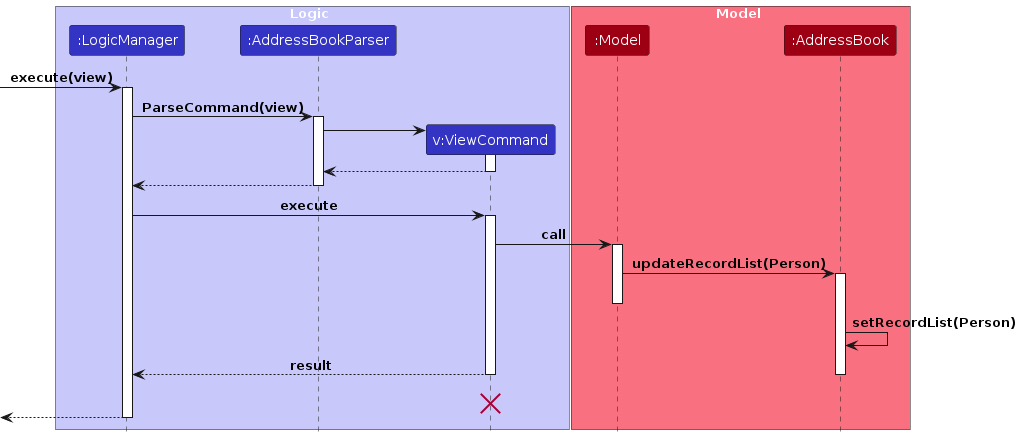
Above: diagrams/ViewSequenceDiagram.png in ryanongwx/tp (PlantUML), before the change. Its source is kept beside it as diagrams/ViewSequenceDiagram.puml. Its diagram source:
```plantuml
@startuml
!include style.puml

box Logic LOGIC_COLOR_T1
participant ":LogicManager" as LogicManager LOGIC_COLOR
participant ":AddressBookParser" as AddressBookParser LOGIC_COLOR
participant "v:ViewCommand" as ViewCommand LOGIC_COLOR
end box

box Model MODEL_COLOR_T1
participant ":Model" as Model MODEL_COLOR
participant ":AddressBook" as AddressBook MODEL_COLOR
end box

[-> LogicManager : execute(view)
activate LogicManager

LogicManager -> AddressBookParser : ParseCommand(view)
activate AddressBookParser

create ViewCommand
AddressBookParser -> ViewCommand
activate ViewCommand

ViewCommand --> AddressBookParser
deactivate ViewCommand

AddressBookParser --> LogicManager
deactivate AddressBookParser

LogicManager -> ViewCommand : execute
activate ViewCommand

ViewCommand -> Model : call
activate Model

Model -> AddressBook : updateRecordList(Person)
activate AddressBook
deactivate Model

AddressBook -> AddressBook : setRecordList(Person)


ViewCommand --> LogicManager : result
deactivate AddressBook
deactivate ViewCommand
ViewCommand -[hidden]-> LogicManager : result
destroy ViewCommand

[<-- LogicManager
deactivate LogicManager

@enduml
```
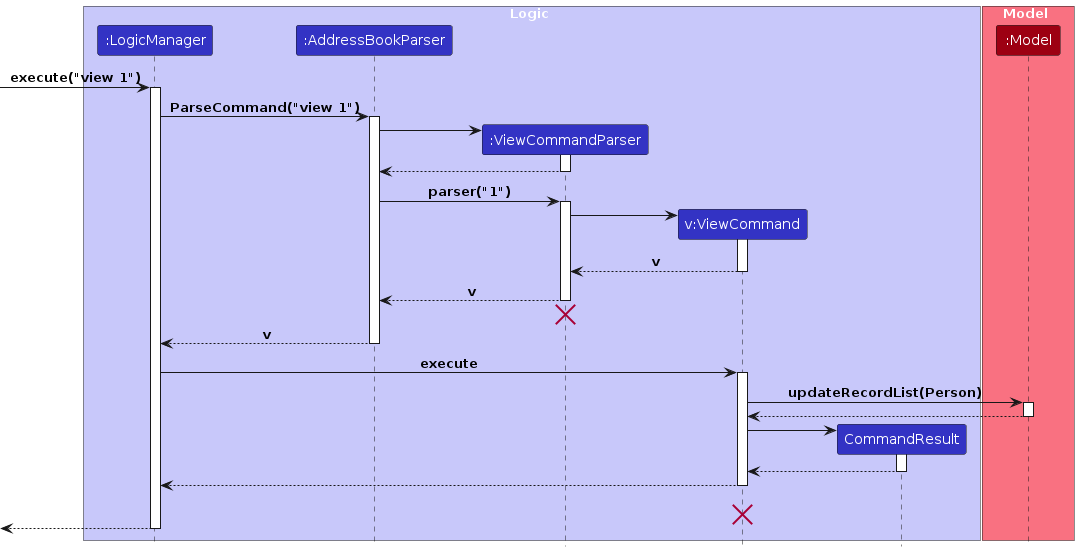
Later version of the same file.

The edit, as a diff of the source:
```diff
@@ -4,45 +4,64 @@
 box Logic LOGIC_COLOR_T1
 participant ":LogicManager" as LogicManager LOGIC_COLOR
 participant ":AddressBookParser" as AddressBookParser LOGIC_COLOR
+participant ":ViewCommandParser" as ViewCommandParser LOGIC_COLOR
 participant "v:ViewCommand" as ViewCommand LOGIC_COLOR
+participant "CommandResult" as CommandResult LOGIC_COLOR
 end box
 
 box Model MODEL_COLOR_T1
 participant ":Model" as Model MODEL_COLOR
-participant ":AddressBook" as AddressBook MODEL_COLOR
 end box
 
-[-> LogicManager : execute(view)
+[-> LogicManager : execute("view 1")
 activate LogicManager
 
-LogicManager -> AddressBookParser : ParseCommand(view)
+LogicManager -> AddressBookParser : ParseCommand("view 1")
 activate AddressBookParser
 
-create ViewCommand
-AddressBookParser -> ViewCommand
+create ViewCommandParser
+AddressBookParser -> ViewCommandParser
+activate ViewCommandParser
+
+ViewCommandParser --> AddressBookParser
+deactivate ViewCommandParser
+
+AddressBookParser -> ViewCommandParser : parser("1")
+activate ViewCommandParser
+
+Create ViewCommand
+ViewCommandParser -> ViewCommand
 activate ViewCommand
 
-ViewCommand --> AddressBookParser
+ViewCommand --> ViewCommandParser : v
 deactivate ViewCommand
 
-AddressBookParser --> LogicManager
+ViewCommandParser --> AddressBookParser : v
+deactivate ViewCommandParser
+
+ViewCommandParser -[hidden]-> AddressBookParser
+destroy ViewCommandParser
+
+AddressBookParser --> LogicManager : v
 deactivate AddressBookParser
 
 LogicManager -> ViewCommand : execute
 activate ViewCommand
 
-ViewCommand -> Model : call
+ViewCommand -> Model : updateRecordList(Person)
 activate Model
 
-Model -> AddressBook : updateRecordList(Person)
-activate AddressBook
+Model --> ViewCommand
 deactivate Model
 
-AddressBook -> AddressBook : setRecordList(Person)
+create CommandResult
+ViewCommand -> CommandResult
+activate CommandResult
 
+CommandResult --> ViewCommand
+deactivate CommandResult
 
-ViewCommand --> LogicManager : result
-deactivate AddressBook
+ViewCommand --> LogicManager
 deactivate ViewCommand
 ViewCommand -[hidden]-> LogicManager : result
 destroy ViewCommand
```
